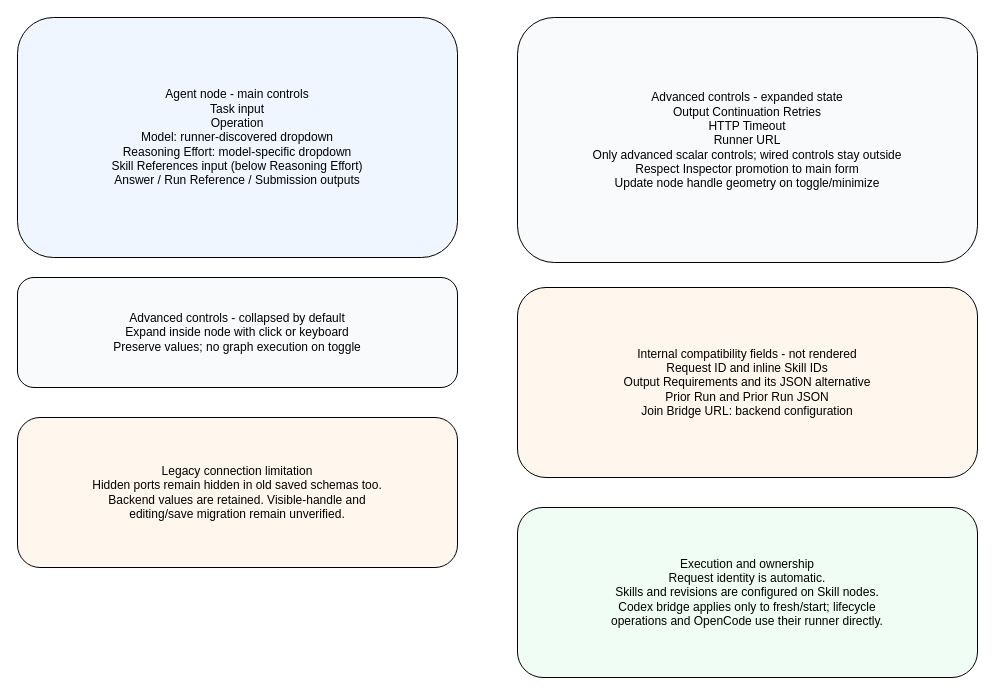
This is page "Agent node controls" (1 of 2) of projects/laomedo/subsystems/agent-execution/design/agent-node-controls.drawio from amadou-6e/specs, a draw.io file, before an edit. Source tidied: cells renumbered, new cells numbered last; positions are measured from the earlier drawing's top-left corner, leaving out a move shared by most shapes. Both pictures are drawn from the tidied source at 100%, with x=0, y=0 at pixel (17, 17).
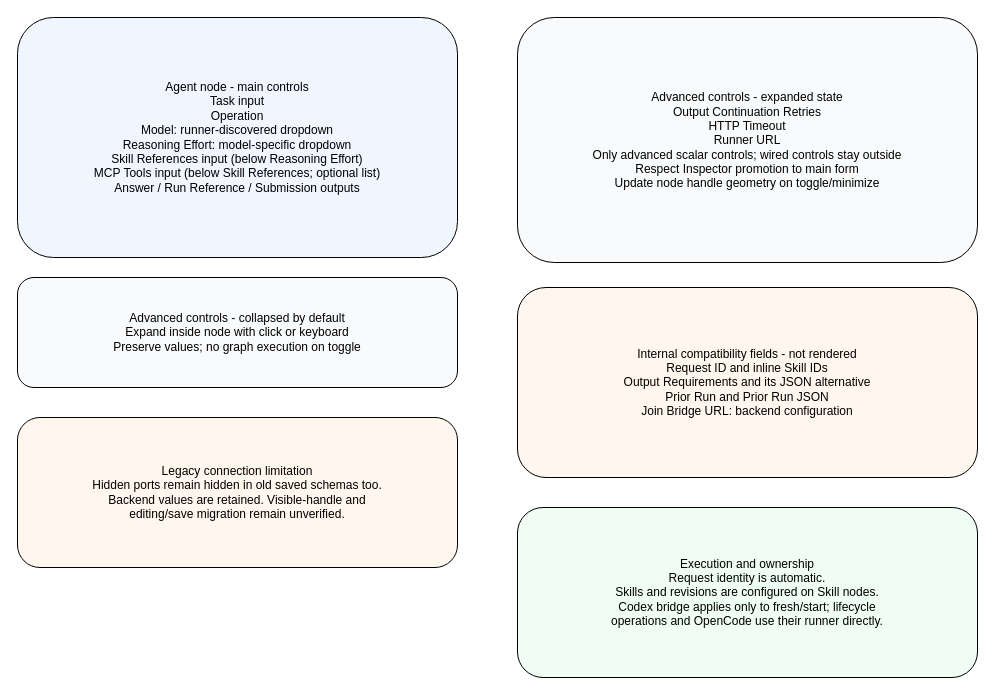
The same diagram, later.

Commit message (it also covers changes not shown here):
Specify native MCP tool connections for Agent graphs

Change to the diagram source:
```diff
@@
 <mxGraphModel>
   <root>
     <mxCell id="0" />
     <mxCell id="1" parent="0" />
-    <mxCell id="2" value="Agent node - main controls&#10;Task input&#10;Operation&#10;Model: runner-discovered dropdown&#10;Reasoning Effort: model-specific dropdown&#10;Skill References input (below Reasoning Effort)&#10;Answer / Run Reference / Submission outputs" style="rounded=1;whiteSpace=wrap;html=0;fillColor=#eff6ff;" parent="1" vertex="1">
+    <mxCell id="2" value="Agent node - main controls&#10;Task input&#10;Operation&#10;Model: runner-discovered dropdown&#10;Reasoning Effort: model-specific dropdown&#10;Skill References input (below Reasoning Effort)&#10;MCP Tools input (below Skill References; optional list)&#10;Answer / Run Reference / Submission outputs" style="rounded=1;whiteSpace=wrap;html=0;fillColor=#eff6ff;" parent="1" vertex="1">
       <mxGeometry width="440" height="240" as="geometry" />
     </mxCell>
     <mxCell id="3" value="Advanced controls - collapsed by default&#10;Expand inside node with click or keyboard&#10;Preserve values; no graph execution on toggle" style="rounded=1;whiteSpace=wrap;html=0;fillColor=#f8fafc;" parent="1" vertex="1">
       <mxGeometry y="260" width="440" height="110" as="geometry" />
     </mxCell>
     <mxCell id="4" value="Advanced controls - expanded state&#10;Output Continuation Retries&#10;HTTP Timeout&#10;Runner URL&#10;Only advanced scalar controls; wired controls stay outside&#10;Respect Inspector promotion to main form&#10;Update node handle geometry on toggle/minimize" style="rounded=1;whiteSpace=wrap;html=0;fillColor=#f8fafc;" parent="1" vertex="1">
       <mxGeometry x="500" width="460" height="245" as="geometry" />
     </mxCell>
     <mxCell id="5" value="Internal compatibility fields - not rendered&#10;Request ID and inline Skill IDs&#10;Output Requirements and its JSON alternative&#10;Prior Run and Prior Run JSON&#10;Join Bridge URL: backend configuration" style="rounded=1;whiteSpace=wrap;html=0;fillColor=#fff7ed;" parent="1" vertex="1">
       <mxGeometry x="500" y="270" width="460" height="190" as="geometry" />
     </mxCell>
     <mxCell id="6" value="Legacy connection limitation&#10;Hidden ports remain hidden in old saved schemas too.&#10;Backend values are retained. Visible-handle and&#10;editing/save migration remain unverified." style="rounded=1;whiteSpace=wrap;html=0;fillColor=#fff7ed;" parent="1" vertex="1">
       <mxGeometry y="400" width="440" height="150" as="geometry" />
     </mxCell>
     <mxCell id="7" value="Execution and ownership&#10;Request identity is automatic.&#10;Skills and revisions are configured on Skill nodes.&#10;Codex bridge applies only to fresh/start; lifecycle&#10;operations and OpenCode use their runner directly." style="rounded=1;whiteSpace=wrap;html=0;fillColor=#f0fdf4;" parent="1" vertex="1">
       <mxGeometry x="500" y="490" width="460" height="170" as="geometry" />
     </mxCell>
   </root>
 </mxGraphModel>
```
